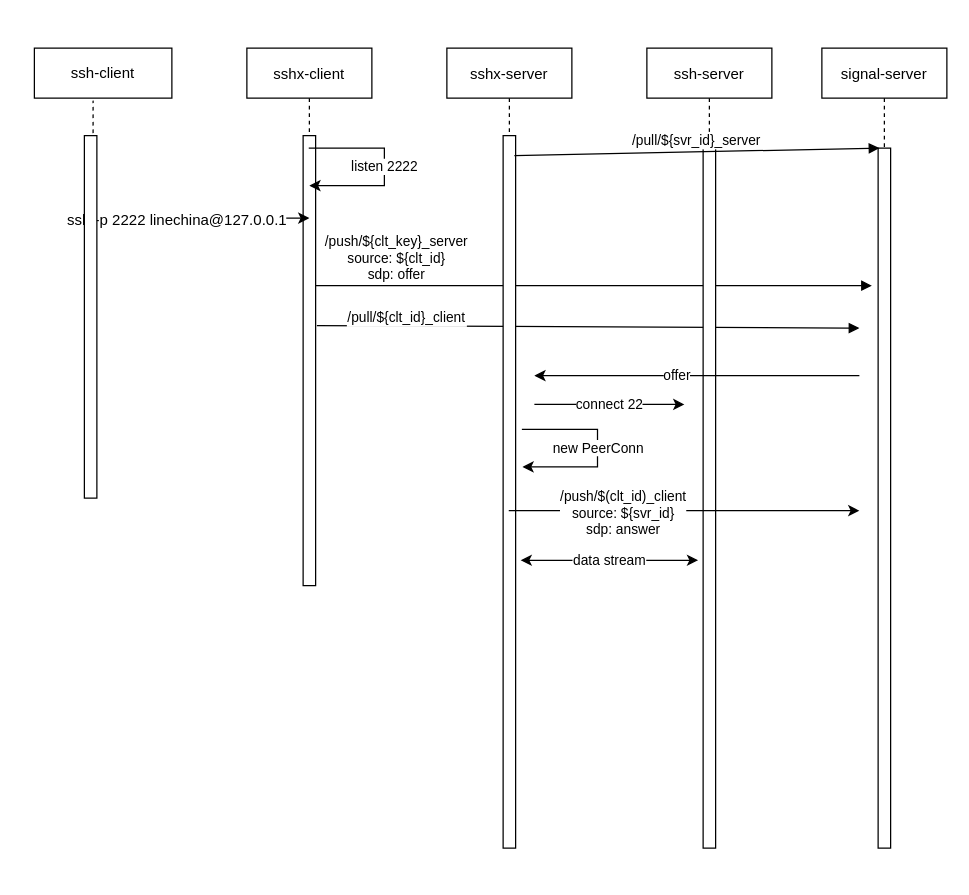
tallongsun/CloudNative keeps this draw.io diagram as Untitled Diagram.drawio. Above is the earlier version. Source tidied: cells renumbered, new cells numbered last; positions are measured from the earlier drawing's top-left corner, leaving out a move shared by most shapes. Both pictures are drawn from the tidied source at 125%, with x=0, y=0 at pixel (34, 48).
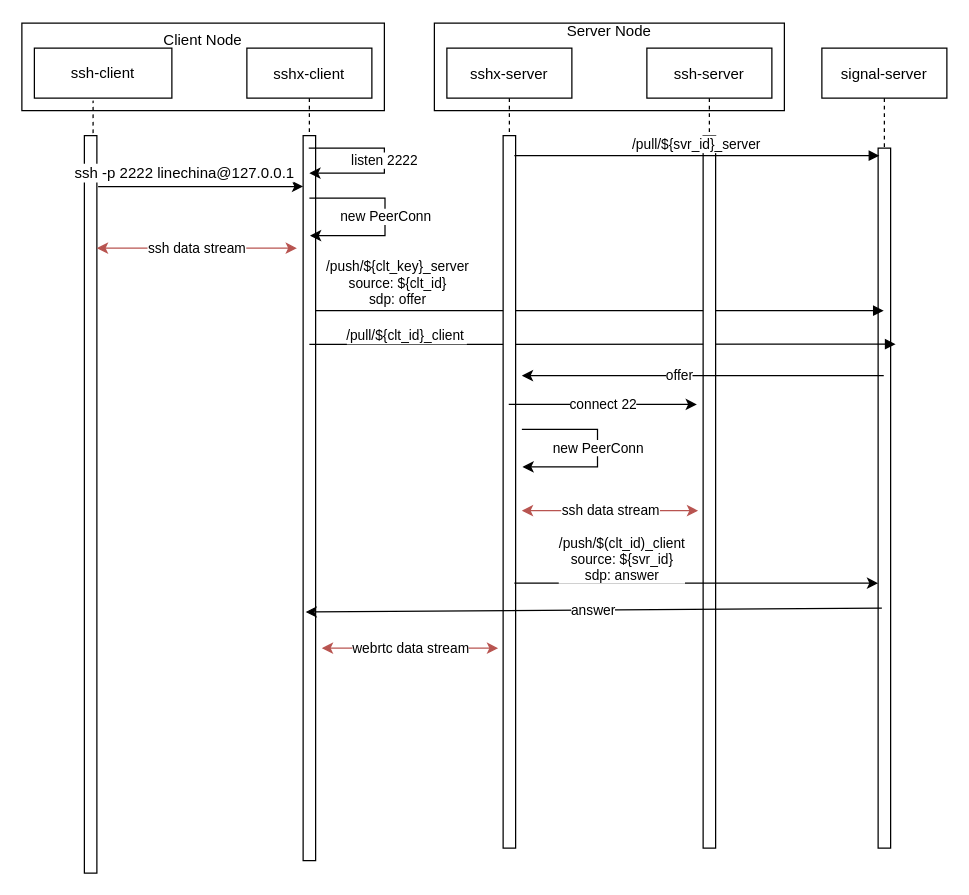
After the change.

Unchanged cells that the change refers to:
```xml
<mxCell id="4" value="signal-server" style="shape=umlLifeline;perimeter=lifelinePerimeter;rounded=0;shadow=0;strokeWidth=1;" parent="1" vertex="1">
  <mxGeometry x="630" width="100" height="640" as="geometry" />
</mxCell>
<mxCell id="5" style="points=[];perimeter=orthogonalPerimeter;rounded=0;shadow=0;strokeWidth=1;" parent="4" vertex="1">
  <mxGeometry x="45" y="80" width="10" height="560" as="geometry" />
</mxCell>
<mxCell id="14" value="sshx-server" style="shape=umlLifeline;perimeter=lifelinePerimeter;rounded=0;shadow=0;strokeWidth=1;" parent="1" vertex="1">
  <mxGeometry x="330" width="100" height="640" as="geometry" />
</mxCell>
<mxCell id="15" style="points=[];perimeter=orthogonalPerimeter;rounded=0;shadow=0;strokeWidth=1;" parent="14" vertex="1">
  <mxGeometry x="45" y="70" width="10" height="570" as="geometry" />
</mxCell>
<mxCell id="17" style="points=[];perimeter=orthogonalPerimeter;rounded=0;shadow=0;strokeWidth=1;" parent="16" vertex="1">
  <mxGeometry x="45" y="70" width="10" height="570" as="geometry" />
</mxCell>
```

The edit, as a diff of the source:
```diff
@@
+    <mxCell id="26" value="Client Node&lt;br&gt;&lt;br&gt;&lt;br&gt;&lt;br&gt;" style="rounded=0;whiteSpace=wrap;html=1;" parent="1" vertex="1">
+      <mxGeometry x="-10" y="-20" width="290" height="70" as="geometry" />
+    </mxCell>
+    <mxCell id="27" value="Server Node&lt;br&gt;&lt;br&gt;&lt;br&gt;&lt;br&gt;&lt;br&gt;" style="rounded=0;whiteSpace=wrap;html=1;" parent="1" vertex="1">
+      <mxGeometry x="320" y="-20" width="280" height="70" as="geometry" />
+    </mxCell>
     <mxCell id="2" value="sshx-client" style="shape=umlLifeline;perimeter=lifelinePerimeter;rounded=0;shadow=0;strokeWidth=1;" parent="1" vertex="1">
-      <mxGeometry x="170" width="100" height="430" as="geometry" />
+      <mxGeometry x="170" width="100" height="650" as="geometry" />
     </mxCell>
     <mxCell id="3" style="points=[];perimeter=orthogonalPerimeter;rounded=0;shadow=0;strokeWidth=1;" parent="2" vertex="1">
-      <mxGeometry x="45" y="70" width="10" height="360" as="geometry" />
+      <mxGeometry x="45" y="70" width="10" height="580" as="geometry" />
     </mxCell>
@@
-    <mxCell id="6" value="/push/${clt_key}_server&#10;source: ${clt_id}&#10;sdp: offer" style="verticalAlign=bottom;endArrow=block;shadow=0;strokeWidth=1;" parent="1" edge="1" source="3">
+    <mxCell id="6" value="/push/${clt_key}_server&#10;source: ${clt_id}&#10;sdp: offer" style="verticalAlign=bottom;endArrow=block;shadow=0;strokeWidth=1;" parent="1" edge="1" source="3" target="4">
       <mxGeometry x="-0.71" relative="1" as="geometry">
-        <mxPoint x="670" y="190" as="targetPoint" />
         <Array as="points">
-          <mxPoint x="225" y="190" />
+          <mxPoint x="225" y="210" />
         </Array>
       </mxGeometry>
     </mxCell>
     <mxCell id="7" value="listen 2222" style="edgeStyle=orthogonalEdgeStyle;rounded=0;jettySize=auto;html=1;" parent="1" edge="1" source="2">
       <mxGeometry relative="1" as="geometry">
-        <mxPoint x="220" y="110" as="targetPoint" />
+        <mxPoint x="220" y="100" as="targetPoint" />
         <Array as="points">
           <mxPoint x="280" y="80" />
-          <mxPoint x="280" y="110" />
+          <mxPoint x="280" y="100" />
         </Array>
       </mxGeometry>
     </mxCell>
@@
-    <mxCell id="10" style="edgeStyle=orthogonalEdgeStyle;rounded=0;jettySize=auto;html=1;exitX=1.1;exitY=0.228;exitDx=0;exitDy=0;exitPerimeter=0;" parent="1" edge="1" source="12">
-      <mxGeometry relative="1" as="geometry">
-        <mxPoint x="220" y="136" as="targetPoint" />
-      </mxGeometry>
-    </mxCell>
-    <mxCell id="11" value="&lt;div style=&quot;text-align: left ; line-height: 1.75&quot;&gt;&lt;font style=&quot;font-size: 12px&quot;&gt;ssh -p 2222 linechina@127.0.0.1&lt;/font&gt;&lt;/div&gt;" style="edgeLabel;html=1;align=center;verticalAlign=middle;" parent="10" vertex="1">
-      <mxGeometry x="-0.27" y="-1" relative="1" as="geometry" />
-    </mxCell>
     <mxCell id="12" style="points=[];perimeter=orthogonalPerimeter;rounded=0;shadow=0;strokeWidth=1;" parent="1" vertex="1">
-      <mxGeometry x="40" y="70" width="10" height="290" as="geometry" />
+      <mxGeometry x="40" y="70" width="10" height="590" as="geometry" />
     </mxCell>
-    <mxCell id="13" value="/pull/${clt_id}_client" style="verticalAlign=bottom;endArrow=block;shadow=0;strokeWidth=1;exitX=1.1;exitY=0.422;exitDx=0;exitDy=0;exitPerimeter=0;" parent="1" edge="1" source="3">
+    <mxCell id="13" value="/pull/${clt_id}_client" style="verticalAlign=bottom;endArrow=block;shadow=0;strokeWidth=1;entryX=1.4;entryY=0.28;entryDx=0;entryDy=0;entryPerimeter=0;" parent="1" edge="1" target="5">
       <mxGeometry x="-0.67" y="-2" relative="1" as="geometry">
-        <mxPoint x="660" y="224" as="targetPoint" />
+        <mxPoint x="220" y="237" as="sourcePoint" />
       </mxGeometry>
     </mxCell>
@@
-    <mxCell id="18" value="/pull/${svr_id}_server" style="verticalAlign=bottom;endArrow=block;shadow=0;strokeWidth=1;entryX=0.1;entryY=0;entryDx=0;entryDy=0;entryPerimeter=0;exitX=0.9;exitY=0.028;exitDx=0;exitDy=0;exitPerimeter=0;" parent="1" edge="1" source="15" target="5">
-      <mxGeometry relative="1" as="geometry" />
+    <mxCell id="18" value="/pull/${svr_id}_server" style="verticalAlign=bottom;endArrow=block;shadow=0;strokeWidth=1;exitX=0.9;exitY=0.028;exitDx=0;exitDy=0;exitPerimeter=0;" parent="1" edge="1" source="15">
+      <mxGeometry relative="1" as="geometry">
+        <mxPoint x="676" y="86" as="targetPoint" />
+      </mxGeometry>
     </mxCell>
-    <mxCell id="19" style="endArrow=classic;html=1;" parent="1" edge="1">
+    <mxCell id="19" style="endArrow=classic;html=1;" parent="1" edge="1" source="4">
       <mxGeometry relative="1" as="geometry">
-        <mxPoint x="660" y="262" as="sourcePoint" />
-        <mxPoint x="400" y="262" as="targetPoint" />
+        <mxPoint x="390" y="262" as="targetPoint" />
       </mxGeometry>
     </mxCell>
@@
-    <mxCell id="21" value="connect 22" style="endArrow=classic;html=1;" parent="1" edge="1">
+    <mxCell id="21" value="connect 22" style="endArrow=classic;html=1;" parent="1" edge="1" source="14">
       <mxGeometry relative="1" as="geometry">
-        <mxPoint x="400" y="285" as="sourcePoint" />
-        <mxPoint x="520" y="285" as="targetPoint" />
+        <mxPoint x="530" y="285" as="targetPoint" />
       </mxGeometry>
     </mxCell>
-    <mxCell id="22" value="data stream" style="endArrow=classic;startArrow=classic;html=1;exitX=1.4;exitY=0.596;exitDx=0;exitDy=0;exitPerimeter=0;entryX=-0.4;entryY=0.596;entryDx=0;entryDy=0;entryPerimeter=0;" parent="1" edge="1" source="15" target="17">
-      <mxGeometry relative="1" as="geometry" />
+    <mxCell id="22" value="ssh data stream" style="endArrow=classic;startArrow=classic;html=1;fillColor=#f8cecc;strokeColor=#b85450;" parent="1" edge="1">
+      <mxGeometry relative="1" as="geometry">
+        <mxPoint x="390" y="370" as="sourcePoint" />
+        <mxPoint x="531" y="370" as="targetPoint" />
+        <Array as="points">
+          <mxPoint x="460" y="370" />
+        </Array>
+      </mxGeometry>
     </mxCell>
-    <mxCell id="23" style="endArrow=classic;html=1;" parent="1" edge="1" source="14">
+    <mxCell id="23" style="endArrow=classic;html=1;" parent="1" edge="1">
       <mxGeometry relative="1" as="geometry">
-        <mxPoint x="660" y="370" as="targetPoint" />
+        <mxPoint x="384" y="428" as="sourcePoint" />
+        <mxPoint x="675" y="428" as="targetPoint" />
       </mxGeometry>
     </mxCell>
     <mxCell id="24" value="/push/$(clt_id)_client&lt;br&gt;source: ${svr_id}&lt;br&gt;sdp: answer" style="edgeLabel;html=1;align=center;verticalAlign=middle;" parent="23" vertex="1">
       <mxGeometry x="-0.36" y="-1" relative="1" as="geometry">
-        <mxPoint x="1" as="offset" />
+        <mxPoint x="-8" y="-21" as="offset" />
       </mxGeometry>
     </mxCell>
@@
+    <mxCell id="28" value="answer" style="endArrow=classic;html=1;exitX=0.48;exitY=0.7;exitDx=0;exitDy=0;exitPerimeter=0;entryX=0.47;entryY=0.694;entryDx=0;entryDy=0;entryPerimeter=0;" parent="1" edge="1" source="4" target="2">
+      <mxGeometry relative="1" as="geometry" />
+    </mxCell>
+    <mxCell id="29" value="new PeerConn" style="edgeStyle=orthogonalEdgeStyle;rounded=0;orthogonalLoop=1;jettySize=auto;html=1;" parent="1" edge="1">
+      <mxGeometry relative="1" as="geometry">
+        <mxPoint x="220" y="120" as="sourcePoint" />
+        <mxPoint x="220.5" y="150" as="targetPoint" />
+        <Array as="points">
+          <mxPoint x="280.5" y="120" />
+          <mxPoint x="280.5" y="150" />
+        </Array>
+      </mxGeometry>
+    </mxCell>
+    <mxCell id="30" value="ssh data stream" style="endArrow=classic;startArrow=classic;html=1;fillColor=#f8cecc;strokeColor=#B85450;" parent="1" edge="1">
+      <mxGeometry relative="1" as="geometry">
+        <mxPoint x="50" y="160" as="sourcePoint" />
+        <mxPoint x="210" y="160" as="targetPoint" />
+      </mxGeometry>
+    </mxCell>
+    <mxCell id="11" value="&lt;span style=&quot;font-size: 12px ; text-align: left&quot;&gt;ssh -p 2222 linechina@127.0.0.1&lt;/span&gt;" style="endArrow=classic;html=1;exitX=1.1;exitY=0.069;exitDx=0;exitDy=0;exitPerimeter=0;" parent="1" edge="1" source="12" target="3">
+      <mxGeometry x="-0.16" y="11" relative="1" as="geometry" />
+    </mxCell>
+    <mxCell id="31" value="webrtc data stream" style="endArrow=classic;startArrow=classic;html=1;fillColor=#f8cecc;strokeColor=#b85450;" parent="1" edge="1">
+      <mxGeometry relative="1" as="geometry">
+        <mxPoint x="230" y="480" as="sourcePoint" />
+        <mxPoint x="371" y="480" as="targetPoint" />
+        <Array as="points">
+          <mxPoint x="300" y="480" />
+        </Array>
+      </mxGeometry>
+    </mxCell>
```
